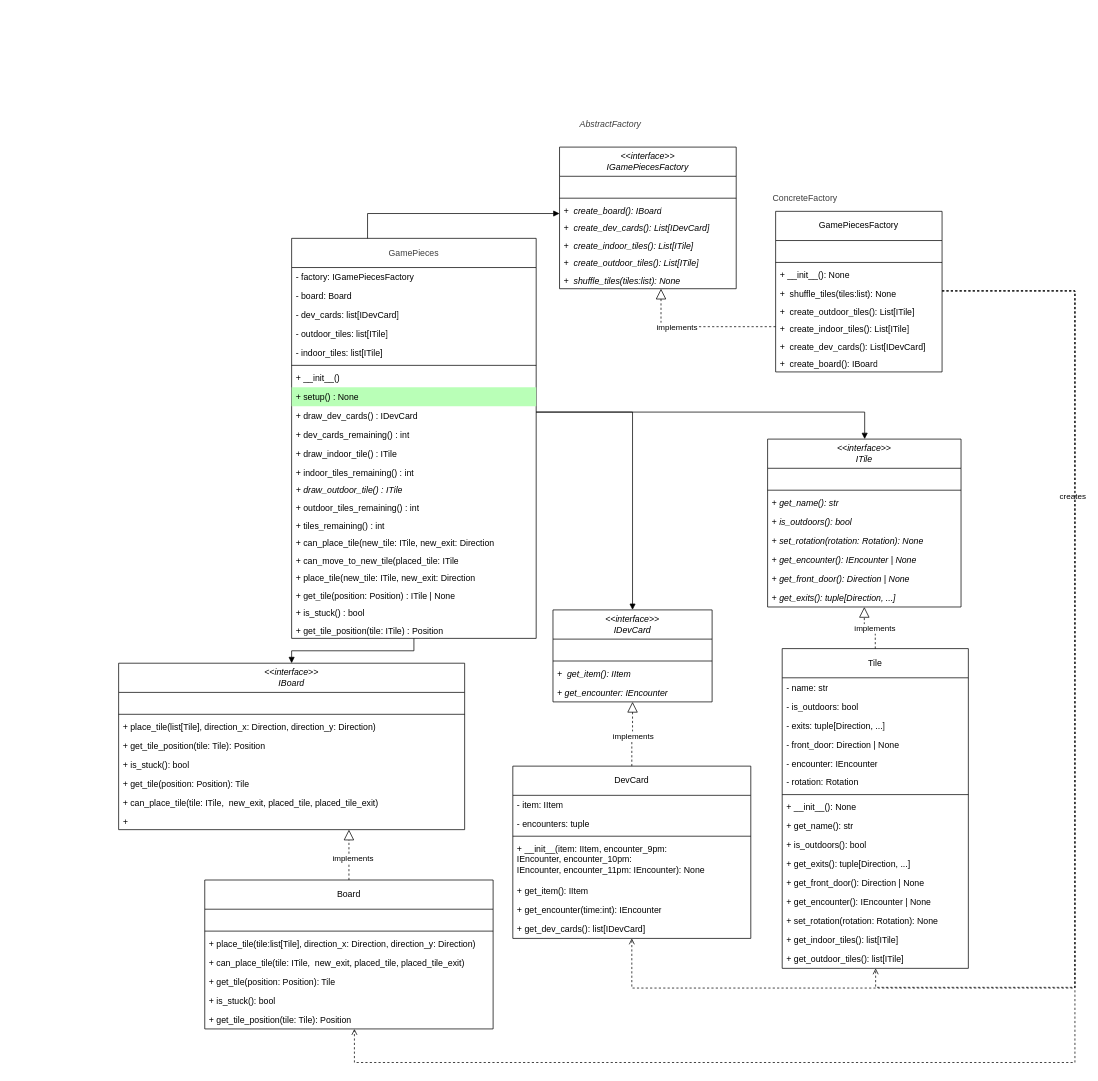
Earlier version of the draw.io diagram page "game_pieces_after" (1 of 3) of src/model_after_pattern/after_pattern.drawio (arsenie-sarmiento/ZombieInMyPocket). Source tidied: cells renumbered, new cells numbered last; positions are measured from the earlier drawing's top-left corner, leaving out a move shared by most shapes. Both pictures are drawn from the tidied source at 73%, with x=0, y=0 at pixel (118, 114).
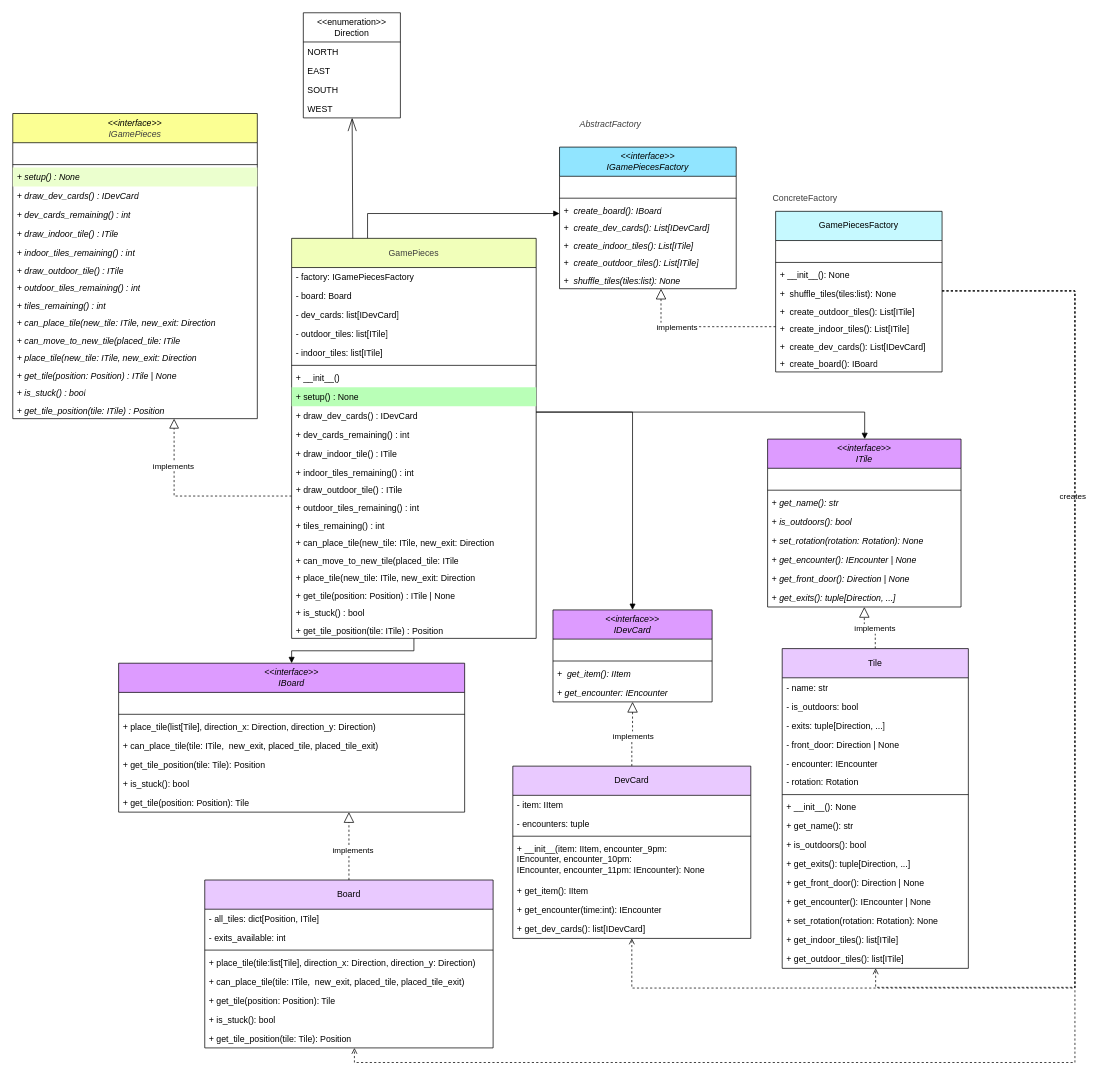
After the change.

Diff of the diagram source:
```diff
@@
-    <mxCell id="4" value="&lt;i&gt;&amp;lt;&amp;lt;interface&amp;gt;&amp;gt;&lt;/i&gt;&lt;div&gt;&lt;i&gt;IGamePiecesFactory&lt;/i&gt;&lt;/div&gt;" style="swimlane;fontStyle=0;horizontal=1;startSize=40;fillColor=none;whiteSpace=wrap;html=1;" parent="1" vertex="1">
+    <mxCell id="4" value="&lt;i&gt;&amp;lt;&amp;lt;interface&amp;gt;&amp;gt;&lt;/i&gt;&lt;div&gt;&lt;i&gt;IGamePiecesFactory&lt;/i&gt;&lt;/div&gt;" style="swimlane;fontStyle=0;horizontal=1;startSize=40;fillColor=#91E5FF;whiteSpace=wrap;html=1;" parent="1" vertex="1">
       <mxGeometry x="604" y="45" width="242" height="194" as="geometry" />
     </mxCell>
@@
-    <mxCell id="16" value="&lt;div&gt;GamePiecesFactory&lt;/div&gt;" style="swimlane;fontStyle=0;horizontal=1;startSize=40;fillColor=none;whiteSpace=wrap;html=1;" parent="1" vertex="1">
+    <mxCell id="16" value="&lt;div&gt;GamePiecesFactory&lt;/div&gt;" style="swimlane;fontStyle=0;horizontal=1;startSize=40;fillColor=#C6F9FF;whiteSpace=wrap;html=1;" parent="1" vertex="1">
       <mxGeometry x="900" y="133" width="228" height="220" as="geometry" />
     </mxCell>
@@
-    <mxCell id="25" value="&lt;i&gt;&amp;lt;&amp;lt;interface&amp;gt;&amp;gt;&lt;/i&gt;&lt;div&gt;&lt;i&gt;ITile&lt;/i&gt;&lt;/div&gt;" style="swimlane;fontStyle=0;horizontal=1;startSize=40;fillColor=none;whiteSpace=wrap;html=1;" parent="1" vertex="1">
+    <mxCell id="25" value="&lt;i&gt;&amp;lt;&amp;lt;interface&amp;gt;&amp;gt;&lt;/i&gt;&lt;div&gt;&lt;i&gt;ITile&lt;/i&gt;&lt;/div&gt;" style="swimlane;fontStyle=0;horizontal=1;startSize=40;fillColor=#DD9BFF;whiteSpace=wrap;html=1;" parent="1" vertex="1">
       <mxGeometry x="889" y="445" width="265" height="230" as="geometry" />
     </mxCell>
@@
-    <mxCell id="41" value="&lt;i&gt;&amp;lt;&amp;lt;interface&amp;gt;&amp;gt;&lt;/i&gt;&lt;div&gt;&lt;i&gt;IDevCard&lt;/i&gt;&lt;/div&gt;" style="swimlane;fontStyle=0;horizontal=1;startSize=40;fillColor=none;whiteSpace=wrap;html=1;" parent="1" vertex="1">
+    <mxCell id="41" value="&lt;i&gt;&amp;lt;&amp;lt;interface&amp;gt;&amp;gt;&lt;/i&gt;&lt;div&gt;&lt;i&gt;IDevCard&lt;/i&gt;&lt;/div&gt;" style="swimlane;fontStyle=0;horizontal=1;startSize=40;fillColor=#DD9BFF;whiteSpace=wrap;html=1;" parent="1" vertex="1">
       <mxGeometry x="595" y="679" width="218" height="126" as="geometry" />
     </mxCell>
@@
-    <mxCell id="46" value="&lt;i&gt;&amp;lt;&amp;lt;interface&amp;gt;&amp;gt;&lt;/i&gt;&lt;div&gt;&lt;i&gt;IBoard&lt;/i&gt;&lt;/div&gt;" style="swimlane;fontStyle=0;horizontal=1;startSize=40;fillColor=none;whiteSpace=wrap;html=1;" parent="1" vertex="1">
-      <mxGeometry y="752" width="474" height="228" as="geometry" />
+    <mxCell id="46" value="&lt;i&gt;&amp;lt;&amp;lt;interface&amp;gt;&amp;gt;&lt;/i&gt;&lt;div&gt;&lt;i&gt;IBoard&lt;/i&gt;&lt;/div&gt;" style="swimlane;fontStyle=0;horizontal=1;startSize=40;fillColor=#DD9BFF;whiteSpace=wrap;html=1;" parent="1" vertex="1">
+      <mxGeometry y="752" width="474" height="204" as="geometry" />
     </mxCell>
@@
+    <mxCell id="53" value="+ can_place_tile(tile: ITile,&amp;nbsp; new_exit, placed_tile, placed_tile_exit)" style="text;strokeColor=none;fillColor=none;align=left;verticalAlign=top;spacingLeft=4;spacingRight=4;overflow=hidden;whiteSpace=wrap;html=1;fontStyle=0;" parent="46" vertex="1">
+      <mxGeometry y="100" width="474" height="26" as="geometry" />
+    </mxCell>
     <mxCell id="50" value="+ get_tile_position(tile: Tile): Position" style="text;strokeColor=none;fillColor=none;align=left;verticalAlign=top;spacingLeft=4;spacingRight=4;overflow=hidden;whiteSpace=wrap;html=1;fontStyle=0;" parent="46" vertex="1">
-      <mxGeometry y="100" width="474" height="26" as="geometry" />
+      <mxGeometry y="126" width="474" height="26" as="geometry" />
     </mxCell>
     <mxCell id="51" value="+ is_stuck(): bool" style="text;strokeColor=none;fillColor=none;align=left;verticalAlign=top;spacingLeft=4;spacingRight=4;overflow=hidden;whiteSpace=wrap;html=1;fontStyle=0;" parent="46" vertex="1">
-      <mxGeometry y="126" width="474" height="26" as="geometry" />
+      <mxGeometry y="152" width="474" height="26" as="geometry" />
     </mxCell>
     <mxCell id="52" value="+ get_tile(position: Position): Tile" style="text;strokeColor=none;fillColor=none;align=left;verticalAlign=top;spacingLeft=4;spacingRight=4;overflow=hidden;whiteSpace=wrap;html=1;fontStyle=0;" parent="46" vertex="1">
-      <mxGeometry y="152" width="474" height="26" as="geometry" />
+      <mxGeometry y="178" width="474" height="26" as="geometry" />
     </mxCell>
-    <mxCell id="53" value="+ can_place_tile(tile: ITile,&amp;nbsp; new_exit, placed_tile, placed_tile_exit)" style="text;strokeColor=none;fillColor=none;align=left;verticalAlign=top;spacingLeft=4;spacingRight=4;overflow=hidden;whiteSpace=wrap;html=1;fontStyle=0;" parent="46" vertex="1">
-      <mxGeometry y="178" width="474" height="26" as="geometry" />
-    </mxCell>
-    <mxCell id="54" value="+&amp;nbsp;" style="text;strokeColor=none;fillColor=none;align=left;verticalAlign=top;spacingLeft=4;spacingRight=4;overflow=hidden;whiteSpace=wrap;html=1;fontStyle=2;" parent="46" vertex="1">
-      <mxGeometry y="204" width="474" height="24" as="geometry" />
-    </mxCell>
@@
-    <mxCell id="60" value="Tile" style="swimlane;fontStyle=0;horizontal=1;startSize=40;fillColor=none;whiteSpace=wrap;html=1;" parent="1" vertex="1">
+    <mxCell id="60" value="Tile" style="swimlane;fontStyle=0;horizontal=1;startSize=40;fillColor=#E9C9FF;whiteSpace=wrap;html=1;" parent="1" vertex="1">
       <mxGeometry x="909" y="732" width="255" height="438" as="geometry" />
     </mxCell>
@@
-    <mxCell id="77" value="Board" style="swimlane;fontStyle=0;horizontal=1;startSize=40;fillColor=none;whiteSpace=wrap;html=1;" parent="1" vertex="1">
-      <mxGeometry x="118" y="1049" width="395" height="204" as="geometry" />
+    <mxCell id="77" value="Board" style="swimlane;fontStyle=0;horizontal=1;startSize=40;fillColor=#E9C9FF;whiteSpace=wrap;html=1;" parent="1" vertex="1">
+      <mxGeometry x="118" y="1049" width="395" height="230" as="geometry" />
     </mxCell>
-    <mxCell id="78" value="&amp;nbsp;" style="text;strokeColor=none;fillColor=none;align=left;verticalAlign=top;spacingLeft=4;spacingRight=4;overflow=hidden;whiteSpace=wrap;html=1;" parent="77" vertex="1">
-      <mxGeometry y="40" width="395" height="26" as="geometry" />
-    </mxCell>
+    <mxCell id="115" value="- all_tiles: dict[Position, ITile]" style="text;strokeColor=none;fillColor=none;align=left;verticalAlign=top;spacingLeft=4;spacingRight=4;overflow=hidden;whiteSpace=wrap;html=1;" parent="77" vertex="1">
+      <mxGeometry y="40" width="395" height="26" as="geometry" />
+    </mxCell>
+    <mxCell id="116" value="- exits_available: int" style="text;strokeColor=none;fillColor=none;align=left;verticalAlign=top;spacingLeft=4;spacingRight=4;overflow=hidden;whiteSpace=wrap;html=1;" parent="77" vertex="1">
+      <mxGeometry y="66" width="395" height="26" as="geometry" />
+    </mxCell>
     <mxCell id="79" style="line;strokeWidth=1;fillColor=none;align=left;verticalAlign=middle;spacingTop=-1;spacingLeft=3;spacingRight=3;labelPosition=right;strokeColor=inherit;" parent="77" vertex="1">
-      <mxGeometry y="66" width="395" height="8" as="geometry" />
+      <mxGeometry y="92" width="395" height="8" as="geometry" />
     </mxCell>
     <mxCell id="80" value="+ place_tile(tile:list[Tile], direction_x: Direction, direction_y: Direction)" style="text;strokeColor=none;fillColor=none;align=left;verticalAlign=top;spacingLeft=4;spacingRight=4;overflow=hidden;whiteSpace=wrap;html=1;fontStyle=0;" parent="77" vertex="1">
-      <mxGeometry y="74" width="395" height="26" as="geometry" />
+      <mxGeometry y="100" width="395" height="26" as="geometry" />
     </mxCell>
     <mxCell id="81" value="+ can_place_tile(tile: ITile,&amp;nbsp; new_exit, placed_tile, placed_tile_exit)" style="text;strokeColor=none;fillColor=none;align=left;verticalAlign=top;spacingLeft=4;spacingRight=4;overflow=hidden;whiteSpace=wrap;html=1;fontStyle=0;" parent="77" vertex="1">
-      <mxGeometry y="100" width="395" height="26" as="geometry" />
+      <mxGeometry y="126" width="395" height="26" as="geometry" />
     </mxCell>
     <mxCell id="82" value="+ get_tile(position: Position): Tile" style="text;strokeColor=none;fillColor=none;align=left;verticalAlign=top;spacingLeft=4;spacingRight=4;overflow=hidden;whiteSpace=wrap;html=1;fontStyle=0;" parent="77" vertex="1">
-      <mxGeometry y="126" width="395" height="26" as="geometry" />
+      <mxGeometry y="152" width="395" height="26" as="geometry" />
     </mxCell>
     <mxCell id="83" value="+ is_stuck(): bool" style="text;strokeColor=none;fillColor=none;align=left;verticalAlign=top;spacingLeft=4;spacingRight=4;overflow=hidden;whiteSpace=wrap;html=1;fontStyle=0;" parent="77" vertex="1">
-      <mxGeometry y="152" width="395" height="26" as="geometry" />
+      <mxGeometry y="178" width="395" height="26" as="geometry" />
     </mxCell>
     <mxCell id="84" value="+ get_tile_position(tile: Tile): Position" style="text;strokeColor=none;fillColor=none;align=left;verticalAlign=top;spacingLeft=4;spacingRight=4;overflow=hidden;whiteSpace=wrap;html=1;fontStyle=0;" parent="77" vertex="1">
-      <mxGeometry y="178" width="395" height="26" as="geometry" />
+      <mxGeometry y="204" width="395" height="26" as="geometry" />
     </mxCell>
-    <mxCell id="85" value="DevCard" style="swimlane;fontStyle=0;horizontal=1;startSize=40;fillColor=none;whiteSpace=wrap;html=1;" parent="1" vertex="1">
+    <mxCell id="85" value="DevCard" style="swimlane;fontStyle=0;horizontal=1;startSize=40;fillColor=#E9C9FF;whiteSpace=wrap;html=1;" parent="1" vertex="1">
       <mxGeometry x="540" y="893" width="326" height="236" as="geometry" />
     </mxCell>
@@
+    <mxCell id="117" style="edgeStyle=orthogonalEdgeStyle;html=1;dashed=1;endArrow=block;endFill=0;endSize=11;rounded=0;curved=0;" parent="1" edge="1" source="93" target="119">
+      <mxGeometry relative="1" as="geometry">
+        <Array as="points">
+          <mxPoint x="76" y="523" />
+        </Array>
+      </mxGeometry>
+    </mxCell>
+    <mxCell id="118" value="implements" style="edgeLabel;html=1;align=center;verticalAlign=middle;" parent="117" vertex="1">
+      <mxGeometry x="0.52" y="2" relative="1" as="geometry" />
+    </mxCell>
-    <mxCell id="93" value="&lt;span style=&quot;color: rgb(63, 63, 63); scrollbar-color: rgb(226, 226, 226) rgb(251, 251, 251); font-style: normal;&quot;&gt;GamePieces&lt;/span&gt;" style="swimlane;fontStyle=2;horizontal=1;startSize=40;fillColor=none;whiteSpace=wrap;html=1;" parent="1" vertex="1">
+    <mxCell id="93" value="&lt;span style=&quot;color: rgb(63, 63, 63); scrollbar-color: rgb(226, 226, 226) rgb(251, 251, 251); font-style: normal;&quot;&gt;GamePieces&lt;/span&gt;" style="swimlane;fontStyle=2;horizontal=1;startSize=40;fillColor=#F1FFBA;whiteSpace=wrap;html=1;" parent="1" vertex="1">
       <mxGeometry x="237" y="170" width="335" height="548" as="geometry" />
     </mxCell>
@@
-    <mxCell id="106" value="+ draw_outdoor_tile() : ITile" style="text;strokeColor=none;fillColor=none;align=left;verticalAlign=top;spacingLeft=4;spacingRight=4;overflow=hidden;whiteSpace=wrap;html=1;fontStyle=2;" parent="93" vertex="1">
+    <mxCell id="106" value="+ draw_outdoor_tile() : ITile" style="text;strokeColor=none;fillColor=none;align=left;verticalAlign=top;spacingLeft=4;spacingRight=4;overflow=hidden;whiteSpace=wrap;html=1;fontStyle=0;" parent="93" vertex="1">
       <mxGeometry y="332" width="335" height="24" as="geometry" />
     </mxCell>
@@
+    <mxCell id="119" value="&lt;span style=&quot;color: rgb(0, 0, 0);&quot;&gt;&amp;lt;&amp;lt;interface&amp;gt;&amp;gt;&lt;/span&gt;&lt;br style=&quot;color: rgb(63, 63, 63); scrollbar-color: rgb(226, 226, 226) rgb(251, 251, 251);&quot;&gt;&lt;span style=&quot;color: rgb(63, 63, 63); scrollbar-color: rgb(226, 226, 226) rgb(251, 251, 251);&quot;&gt;IGamePieces&lt;/span&gt;" style="swimlane;fontStyle=2;horizontal=1;startSize=40;fillColor=#FBFF93;whiteSpace=wrap;html=1;" parent="1" vertex="1">
+      <mxGeometry x="-145" y="-1" width="335" height="418" as="geometry" />
+    </mxCell>
+    <mxCell id="120" value="&lt;div&gt;&amp;nbsp;&lt;/div&gt;" style="text;strokeColor=none;fillColor=none;align=left;verticalAlign=top;spacingLeft=4;spacingRight=4;overflow=hidden;whiteSpace=wrap;html=1;" parent="119" vertex="1">
+      <mxGeometry y="40" width="335" height="26" as="geometry" />
+    </mxCell>
+    <mxCell id="121" style="line;strokeWidth=1;fillColor=none;align=left;verticalAlign=middle;spacingTop=-1;spacingLeft=3;spacingRight=3;labelPosition=right;strokeColor=inherit;" parent="119" vertex="1">
+      <mxGeometry y="66" width="335" height="8" as="geometry" />
+    </mxCell>
+    <mxCell id="122" value="+ setup() : None" style="text;strokeColor=none;fillColor=#EBFFCE;align=left;verticalAlign=top;spacingLeft=4;spacingRight=4;overflow=hidden;whiteSpace=wrap;html=1;fontStyle=2;" parent="119" vertex="1">
+      <mxGeometry y="74" width="335" height="26" as="geometry" />
+    </mxCell>
+    <mxCell id="123" value="+ draw_dev_cards() : IDevCard" style="text;strokeColor=none;fillColor=none;align=left;verticalAlign=top;spacingLeft=4;spacingRight=4;overflow=hidden;whiteSpace=wrap;html=1;fontStyle=2;" parent="119" vertex="1">
+      <mxGeometry y="100" width="335" height="26" as="geometry" />
+    </mxCell>
+    <mxCell id="124" value="+ dev_cards_remaining() : int" style="text;strokeColor=none;fillColor=none;align=left;verticalAlign=top;spacingLeft=4;spacingRight=4;overflow=hidden;whiteSpace=wrap;html=1;fontStyle=2;" parent="119" vertex="1">
+      <mxGeometry y="126" width="335" height="26" as="geometry" />
+    </mxCell>
+    <mxCell id="125" value="+ draw_indoor_tile() : ITile" style="text;strokeColor=none;fillColor=none;align=left;verticalAlign=top;spacingLeft=4;spacingRight=4;overflow=hidden;whiteSpace=wrap;html=1;fontStyle=2;" parent="119" vertex="1">
+      <mxGeometry y="152" width="335" height="26" as="geometry" />
+    </mxCell>
+    <mxCell id="126" value="+ indoor_tiles_remaining() : int" style="text;strokeColor=none;fillColor=none;align=left;verticalAlign=top;spacingLeft=4;spacingRight=4;overflow=hidden;whiteSpace=wrap;html=1;fontStyle=2;" parent="119" vertex="1">
+      <mxGeometry y="178" width="335" height="24" as="geometry" />
+    </mxCell>
+    <mxCell id="127" value="+ draw_outdoor_tile() : ITile" style="text;strokeColor=none;fillColor=none;align=left;verticalAlign=top;spacingLeft=4;spacingRight=4;overflow=hidden;whiteSpace=wrap;html=1;fontStyle=2;" parent="119" vertex="1">
+      <mxGeometry y="202" width="335" height="24" as="geometry" />
+    </mxCell>
+    <mxCell id="128" value="+ outdoor_tiles_remaining() : int" style="text;strokeColor=none;fillColor=none;align=left;verticalAlign=top;spacingLeft=4;spacingRight=4;overflow=hidden;whiteSpace=wrap;html=1;fontStyle=2;" parent="119" vertex="1">
+      <mxGeometry y="226" width="335" height="24" as="geometry" />
+    </mxCell>
+    <mxCell id="129" value="+ tiles_remaining() : int" style="text;strokeColor=none;fillColor=none;align=left;verticalAlign=top;spacingLeft=4;spacingRight=4;overflow=hidden;whiteSpace=wrap;html=1;fontStyle=2;" parent="119" vertex="1">
+      <mxGeometry y="250" width="335" height="24" as="geometry" />
+    </mxCell>
+    <mxCell id="130" value="+ can_place_tile(new_tile: ITile, new_exit: Direction" style="text;strokeColor=none;fillColor=none;align=left;verticalAlign=top;spacingLeft=4;spacingRight=4;overflow=hidden;whiteSpace=wrap;html=1;fontStyle=2;" parent="119" vertex="1">
+      <mxGeometry y="274" width="335" height="24" as="geometry" />
+    </mxCell>
+    <mxCell id="131" value="+ can_move_to_new_tile(placed_tile: ITile" style="text;strokeColor=none;fillColor=none;align=left;verticalAlign=top;spacingLeft=4;spacingRight=4;overflow=hidden;whiteSpace=wrap;html=1;fontStyle=2;" parent="119" vertex="1">
+      <mxGeometry y="298" width="335" height="24" as="geometry" />
+    </mxCell>
+    <mxCell id="132" value="+ place_tile(new_tile: ITile, new_exit: Direction" style="text;strokeColor=none;fillColor=none;align=left;verticalAlign=top;spacingLeft=4;spacingRight=4;overflow=hidden;whiteSpace=wrap;html=1;fontStyle=2;" parent="119" vertex="1">
+      <mxGeometry y="322" width="335" height="24" as="geometry" />
+    </mxCell>
+    <mxCell id="133" value="+ get_tile(position: Position) : ITile | None" style="text;strokeColor=none;fillColor=none;align=left;verticalAlign=top;spacingLeft=4;spacingRight=4;overflow=hidden;whiteSpace=wrap;html=1;fontStyle=2;" parent="119" vertex="1">
+      <mxGeometry y="346" width="335" height="24" as="geometry" />
+    </mxCell>
+    <mxCell id="134" value="+ is_stuck() : bool" style="text;strokeColor=none;fillColor=none;align=left;verticalAlign=top;spacingLeft=4;spacingRight=4;overflow=hidden;whiteSpace=wrap;html=1;fontStyle=2;" parent="119" vertex="1">
+      <mxGeometry y="370" width="335" height="24" as="geometry" />
+    </mxCell>
+    <mxCell id="135" value="+ get_tile_position(tile: ITile) : Position" style="text;strokeColor=none;fillColor=none;align=left;verticalAlign=top;spacingLeft=4;spacingRight=4;overflow=hidden;whiteSpace=wrap;html=1;fontStyle=2;" parent="119" vertex="1">
+      <mxGeometry y="394" width="335" height="24" as="geometry" />
+    </mxCell>
+    <mxCell id="136" style="shape=connector;rounded=1;html=1;strokeColor=default;align=center;verticalAlign=middle;fontFamily=Helvetica;fontSize=11;fontColor=default;labelBackgroundColor=default;startArrow=none;startFill=0;endArrow=openThin;endFill=0;endSize=16;exitX=0.25;exitY=0;exitDx=0;exitDy=0;" parent="1" edge="1" source="93" target="137">
+      <mxGeometry relative="1" as="geometry" />
+    </mxCell>
+    <mxCell id="137" value="&amp;lt;&amp;lt;enumeration&amp;gt;&amp;gt;&lt;div&gt;Direction&lt;/div&gt;" style="swimlane;fontStyle=0;horizontal=1;startSize=40;fillColor=none;whiteSpace=wrap;html=1;" parent="1" vertex="1">
+      <mxGeometry x="253" y="-139" width="133" height="144" as="geometry" />
+    </mxCell>
+    <mxCell id="138" value="&lt;div&gt;NORTH&lt;/div&gt;" style="text;strokeColor=none;fillColor=none;align=left;verticalAlign=top;spacingLeft=4;spacingRight=4;overflow=hidden;whiteSpace=wrap;html=1;" parent="137" vertex="1">
+      <mxGeometry y="40" width="133" height="26" as="geometry" />
+    </mxCell>
+    <mxCell id="139" value="EAST" style="text;strokeColor=none;fillColor=none;align=left;verticalAlign=top;spacingLeft=4;spacingRight=4;overflow=hidden;whiteSpace=wrap;html=1;" parent="137" vertex="1">
+      <mxGeometry y="66" width="133" height="26" as="geometry" />
+    </mxCell>
+    <mxCell id="140" value="SOUTH" style="text;strokeColor=none;fillColor=none;align=left;verticalAlign=top;spacingLeft=4;spacingRight=4;overflow=hidden;whiteSpace=wrap;html=1;" parent="137" vertex="1">
+      <mxGeometry y="92" width="133" height="26" as="geometry" />
+    </mxCell>
+    <mxCell id="141" value="WEST" style="text;strokeColor=none;fillColor=none;align=left;verticalAlign=top;spacingLeft=4;spacingRight=4;overflow=hidden;whiteSpace=wrap;html=1;" parent="137" vertex="1">
+      <mxGeometry y="118" width="133" height="26" as="geometry" />
+    </mxCell>
```
